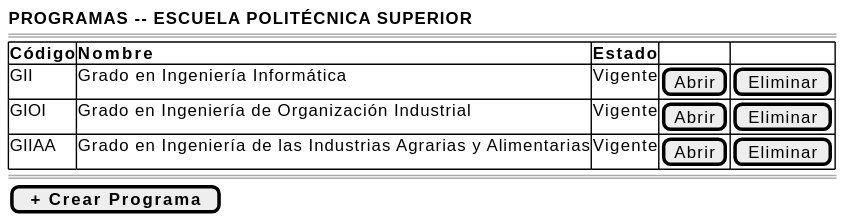
The PlantUML diagram images/RUP/01-requisitos/03-detalle-casos-uso/abrirProgramas/wireframe.svg in mmasias/pyCeldaPublico, before a commit. The source it was exported from:
```plantuml
@startsalt abrirProgramas-wireframe
{
    <b>PROGRAMAS -- ESCUELA POLITÉCNICA SUPERIOR</b>
    ====
    {#
        <b>Código | <b>Nombre | <b>Estado | . | .
        GII | Grado en Ingeniería Informática | Vigente | [Abrir] | [Eliminar]
        GIOI | Grado en Ingeniería de Organización Industrial | Vigente | [Abrir] | [Eliminar]
        GIIAA | Grado en Ingeniería de las Industrias Agrarias y Alimentarias | Vigente | [Abrir] | [Eliminar]
    }
    ====
    [ <b>+ Crear Programa</b> ]
}
@endsalt
```
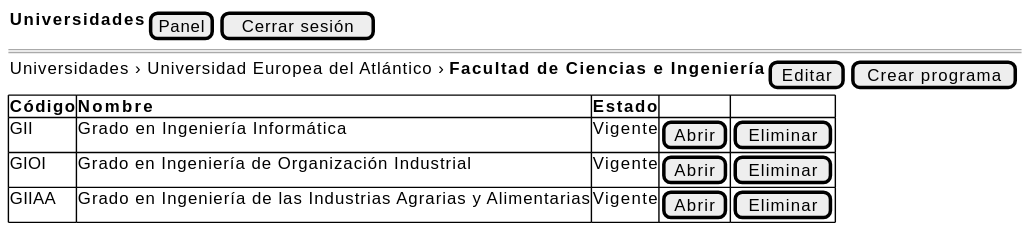
After the commit.

What changed in the source:
```diff
@@ -1,14 +1,13 @@
 @startsalt abrirProgramas-wireframe
 {
-    <b>PROGRAMAS -- ESCUELA POLITÉCNICA SUPERIOR</b>
+    {<b>Universidades</b> | [Panel] | [Cerrar sesión]}
     ====
+    {Universidades › Universidad Europea del Atlántico › <b>Facultad de Ciencias e Ingeniería</b> | [Editar] | [Crear programa]}
     {#
         <b>Código | <b>Nombre | <b>Estado | . | .
         GII | Grado en Ingeniería Informática | Vigente | [Abrir] | [Eliminar]
         GIOI | Grado en Ingeniería de Organización Industrial | Vigente | [Abrir] | [Eliminar]
         GIIAA | Grado en Ingeniería de las Industrias Agrarias y Alimentarias | Vigente | [Abrir] | [Eliminar]
     }
-    ====
-    [ <b>+ Crear Programa</b> ]
 }
 @endsalt
```
